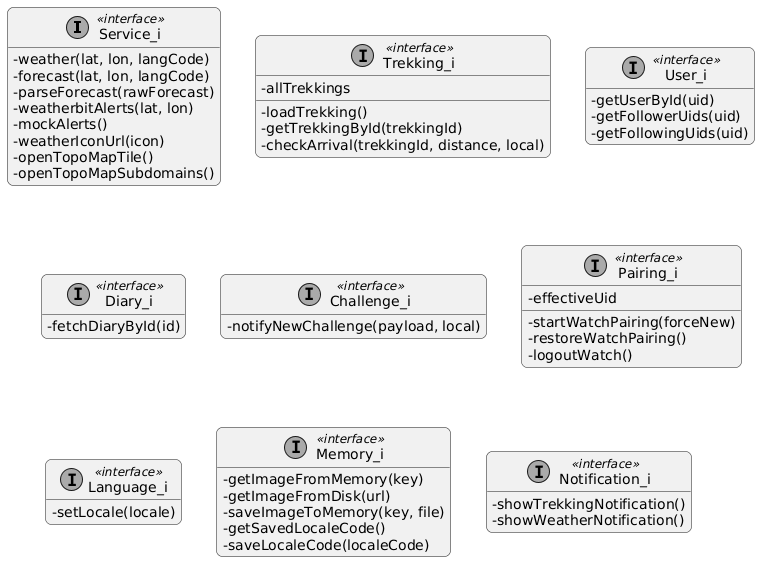
SofiaTerracciano/Triplo keeps this PlantUML diagram as documentation/Design Document/document/images/smartwatch interface diagram.png. Above is the earlier version. The source it was exported from:
```plantuml
@startuml
skinparam classAttributeIconSize 0
skinparam shadowing false
skinparam linetype ortho
skinparam roundcorner 12

hide empty members

class "Service_i" << (I,#aaaaaa) >> <<interface>> {
  - weather(lat, lon, langCode)
  - forecast(lat, lon, langCode)
  - parseForecast(rawForecast)
  - weatherbitAlerts(lat, lon)
  - mockAlerts()
  - weatherIconUrl(icon)
  - openTopoMapTile()
  - openTopoMapSubdomains()
}

class "Trekking_i" << (I,#aaaaaa) >> <<interface>> {
  - loadTrekking()
  - allTrekkings
  - getTrekkingById(trekkingId)
  - checkArrival(trekkingId, distance, local)
}

class "User_i" << (I,#aaaaaa) >> <<interface>> {
  - getUserById(uid)
  - getFollowerUids(uid)
  - getFollowingUids(uid)
}

class "Diary_i" << (I,#aaaaaa) >> <<interface>> {
  - fetchDiaryById(id)
}

class "Challenge_i" << (I,#aaaaaa) >> <<interface>> {
  - notifyNewChallenge(payload, local)
}

class "Pairing_i" << (I,#aaaaaa) >> <<interface>> {
  - startWatchPairing(forceNew)
  - restoreWatchPairing()
  - logoutWatch()
  - effectiveUid
}

class "Language_i" << (I,#aaaaaa) >> <<interface>> {
  - setLocale(locale)
}

class "Memory_i" << (I,#aaaaaa) >> <<interface>> {
  - getImageFromMemory(key)
  - getImageFromDisk(url)
  - saveImageToMemory(key, file)
  - getSavedLocaleCode()
  - saveLocaleCode(localeCode)
}

class "Notification_i" << (I,#aaaaaa) >> <<interface>> {
  - showTrekkingNotification()
  - showWeatherNotification()
}
@enduml
```
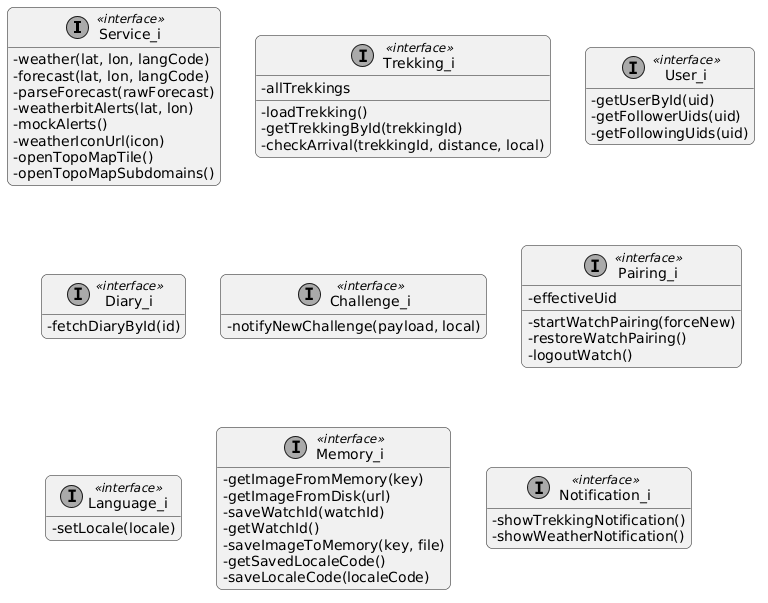
Above is the later version.

Change to the diagram source:
```diff
@@ -52,6 +52,8 @@
 class "Memory_i" << (I,#aaaaaa) >> <<interface>> {
   - getImageFromMemory(key)
   - getImageFromDisk(url)
+  - saveWatchId(watchId)
+  - getWatchId()
   - saveImageToMemory(key, file)
   - getSavedLocaleCode()
   - saveLocaleCode(localeCode)
```
